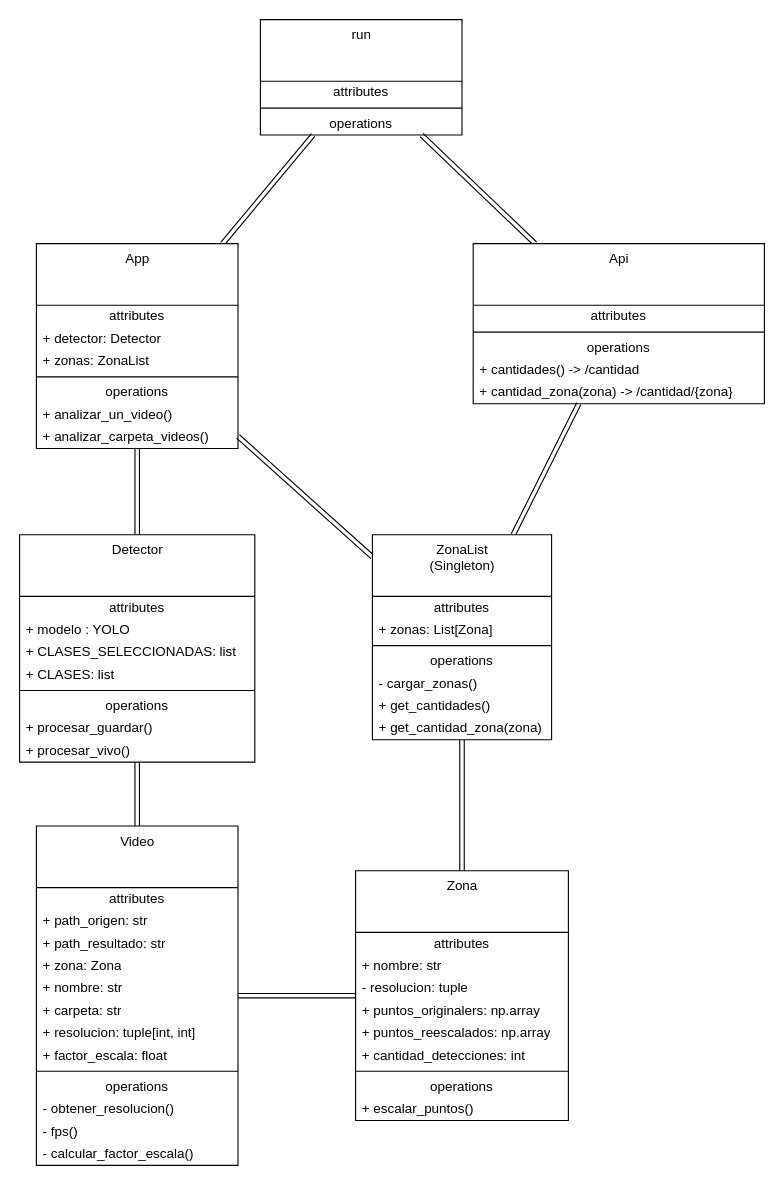
The draw.io diagram clases.drawio in Facundo-Guarnier/Tesis-Implementacion, before the edit. Source tidied: cells renumbered, new cells numbered last; positions are measured from the earlier drawing's top-left corner, leaving out a move shared by most shapes. Both pictures are drawn from the tidied source at 112%, with x=0, y=0 at pixel (19, 19).
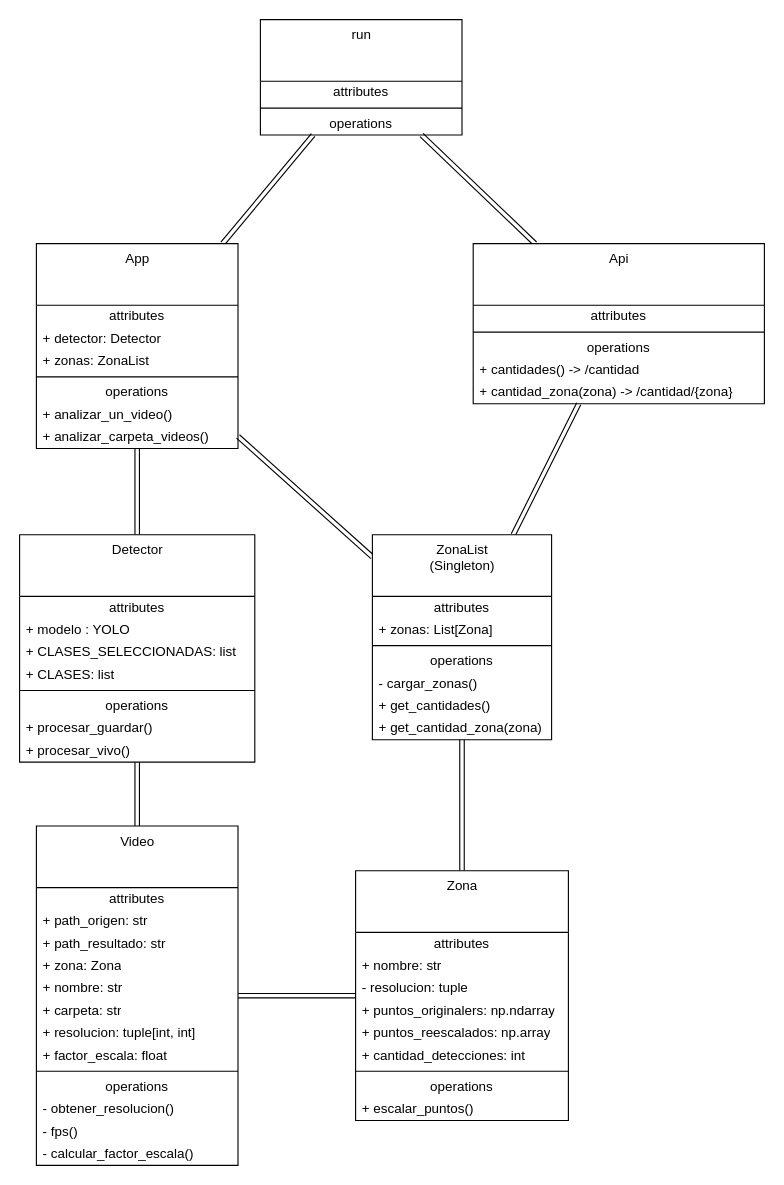
After the change.

Unchanged cells that the change refers to:
```xml
<mxCell id="30" value="Zona" style="swimlane;fontStyle=0;align=center;verticalAlign=top;horizontal=1;startSize=55;html=1;" parent="1" vertex="1">
  <mxGeometry x="300" y="760" width="190" height="223" as="geometry" />
</mxCell>
```

The edit, as a diff of the source:
```diff
@@
-    <mxCell id="34" value="+ puntos_originalers: np.array&lt;br&gt;" style="text;html=1;strokeColor=none;fillColor=none;align=left;verticalAlign=middle;spacingLeft=4;spacingRight=4;overflow=hidden;" parent="30" vertex="1">
+    <mxCell id="34" value="+ puntos_originalers:&amp;nbsp;np.ndarray" style="text;html=1;strokeColor=none;fillColor=none;align=left;verticalAlign=middle;spacingLeft=4;spacingRight=4;overflow=hidden;" parent="30" vertex="1">
       <mxGeometry y="115" width="190" height="20" as="geometry" />
     </mxCell>
```
